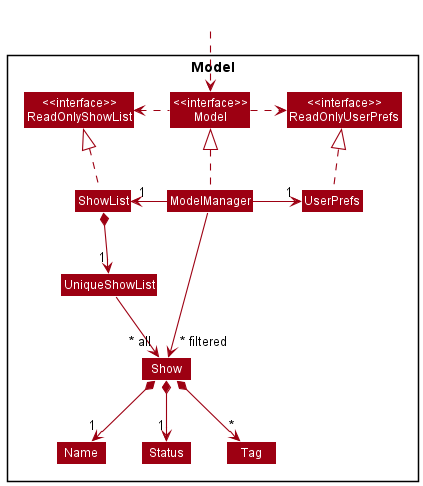
Above: docs/images/ModelClassDiagram.png in nus-cs2103-AY2122S2/tp (PlantUML), before the change. Its diagram source:
```plantuml
@startuml
!include style.puml
skinparam arrowThickness 1.1
skinparam arrowColor MODEL_COLOR
skinparam classBackgroundColor MODEL_COLOR

Package Model <<Rectangle>>{
Class "<<interface>>\nReadOnlyShowList" as ReadOnlyShowList
Class "<<interface>>\nReadOnlyUserPrefs" as ReadOnlyUserPrefs
Class "<<interface>>\nModel" as Model
Class ShowList
Class ModelManager
Class UserPrefs

Class UniqueShowList
Class Show
Class Status
Class Name
Class Tag

}

Class HiddenOutside #FFFFFF
HiddenOutside ..> Model

ShowList .up.|> ReadOnlyShowList

ModelManager .up.|> Model
Model .right.> ReadOnlyUserPrefs
Model .left.> ReadOnlyShowList
ModelManager -left-> "1" ShowList
ModelManager -right-> "1" UserPrefs
UserPrefs .up.|> ReadOnlyUserPrefs

ShowList *--> "1" UniqueShowList
UniqueShowList --> "~* all" Show
Show *--> "1" Name
Show *--> "1" Status
Show *--> "*" Tag

Name -[hidden]right-> Status
Status -[hidden]right->  Tag

ModelManager -->"~* filtered" Show
@enduml
```
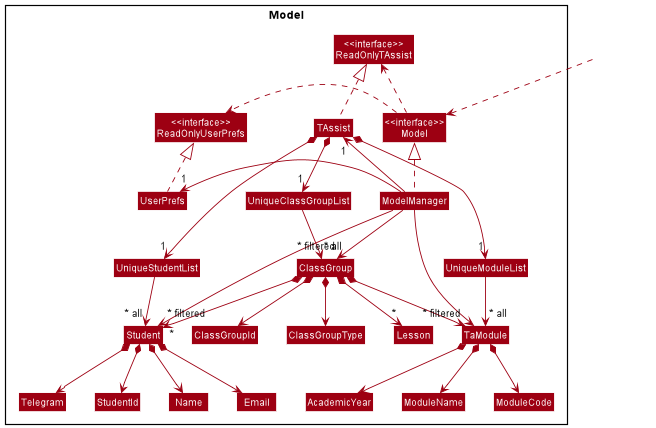
The same file after the commit.

What changed in the source:
```diff
@@ -5,41 +5,73 @@
 skinparam classBackgroundColor MODEL_COLOR
 
 Package Model <<Rectangle>>{
-Class "<<interface>>\nReadOnlyShowList" as ReadOnlyShowList
+Class "<<interface>>\nReadOnlyTAssist" as ReadOnlyTAssist
 Class "<<interface>>\nReadOnlyUserPrefs" as ReadOnlyUserPrefs
 Class "<<interface>>\nModel" as Model
-Class ShowList
+Class TAssist
 Class ModelManager
 Class UserPrefs
 
-Class UniqueShowList
-Class Show
-Class Status
+Class UniqueStudentList
+Class Student
+Class StudentId
 Class Name
-Class Tag
+Class Email
+Class Telegram
 
+Class UniqueModuleList
+Class TaModule
+Class ModuleName
+Class ModuleCode
+Class AcademicYear
+
+Class UniqueClassGroupList
+Class ClassGroup
+Class ClassGroupId
+Class ClassGroupType
+Class TaModule
+Class Lesson
+Class Student
 }
 
 Class HiddenOutside #FFFFFF
 HiddenOutside ..> Model
 
-ShowList .up.|> ReadOnlyShowList
+TAssist .up.|> ReadOnlyTAssist
 
 ModelManager .up.|> Model
 Model .right.> ReadOnlyUserPrefs
-Model .left.> ReadOnlyShowList
-ModelManager -left-> "1" ShowList
+Model .left.> ReadOnlyTAssist
+ModelManager -left-> "1" TAssist
 ModelManager -right-> "1" UserPrefs
 UserPrefs .up.|> ReadOnlyUserPrefs
 
-ShowList *--> "1" UniqueShowList
-UniqueShowList --> "~* all" Show
-Show *--> "1" Name
-Show *--> "1" Status
-Show *--> "*" Tag
+TAssist *--> "1" UniqueStudentList
+TAssist *--> "1" UniqueModuleList
+TAssist *--> "1" UniqueClassGroupList
 
-Name -[hidden]right-> Status
-Status -[hidden]right->  Tag
+UniqueStudentList --> "~* all" Student
+Student *--> StudentId
+Student *--> Name
+Student *--> Email
+Student *--> Telegram
 
-ModelManager -->"~* filtered" Show
+
+UniqueModuleList --> "~* all" TaModule
+TaModule *--> ModuleName
+TaModule *--> ModuleCode
+TaModule *--> AcademicYear
+
+
+UniqueClassGroupList --> "~* all" ClassGroup
+ClassGroup *--> ClassGroupId
+ClassGroup *--> ClassGroupType
+ClassGroup *--> TaModule
+ClassGroup *--> "~*" Student
+ClassGroup *--> "~*" Lesson
+
+
+ModelManager -->"~* filtered" Student
+ModelManager -->"~* filtered" TaModule
+ModelManager -->"~* filtered" ClassGroup
 @enduml
```
